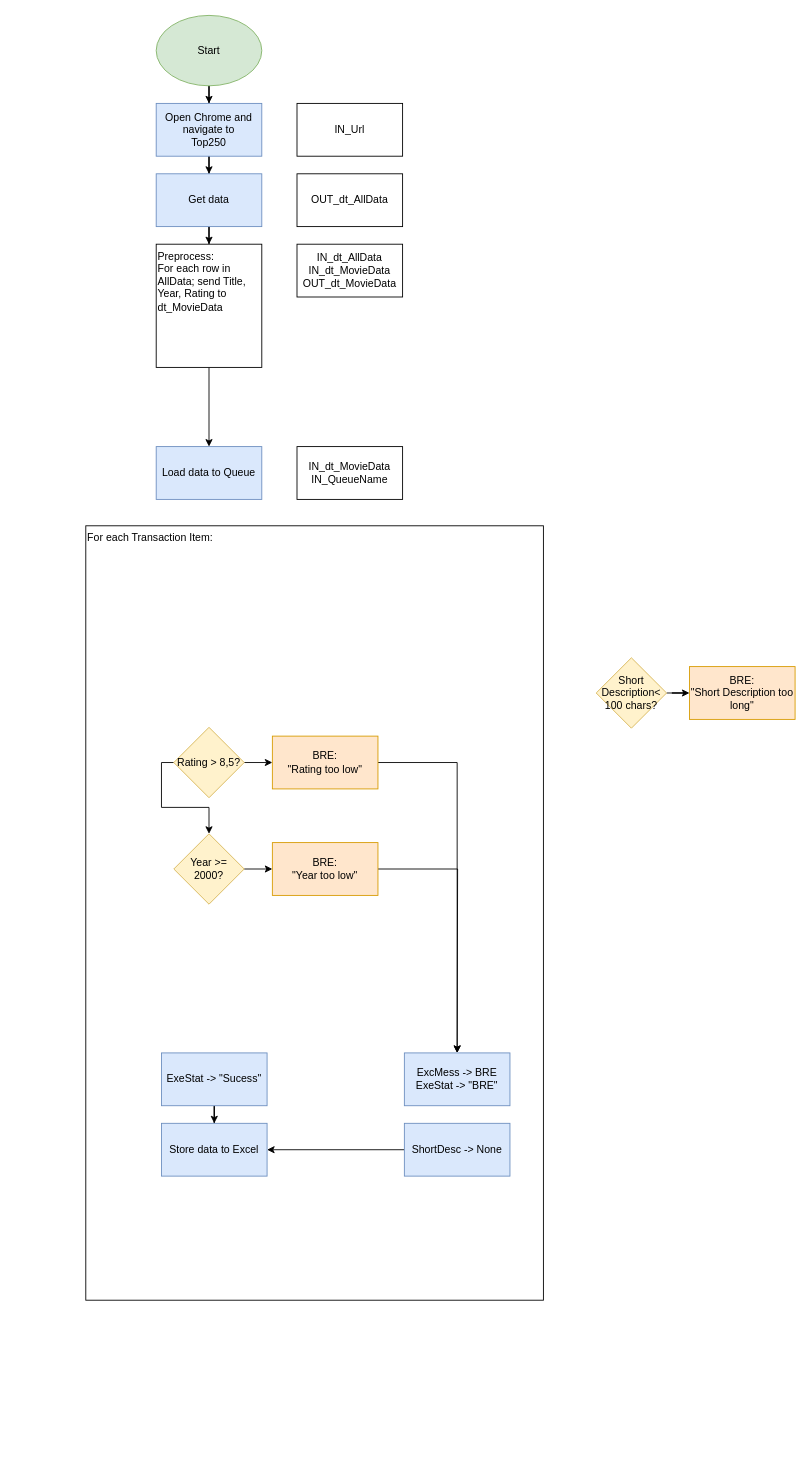
The draw.io diagram RPA2_MovieFinder.drawio in Sighok/hello-world, before the edit. Source tidied: cells renumbered, new cells numbered last; positions are measured from the earlier drawing's top-left corner, leaving out a move shared by most shapes. Both pictures are drawn from the tidied source at 88%, with x=0, y=0 at pixel (85, 15).
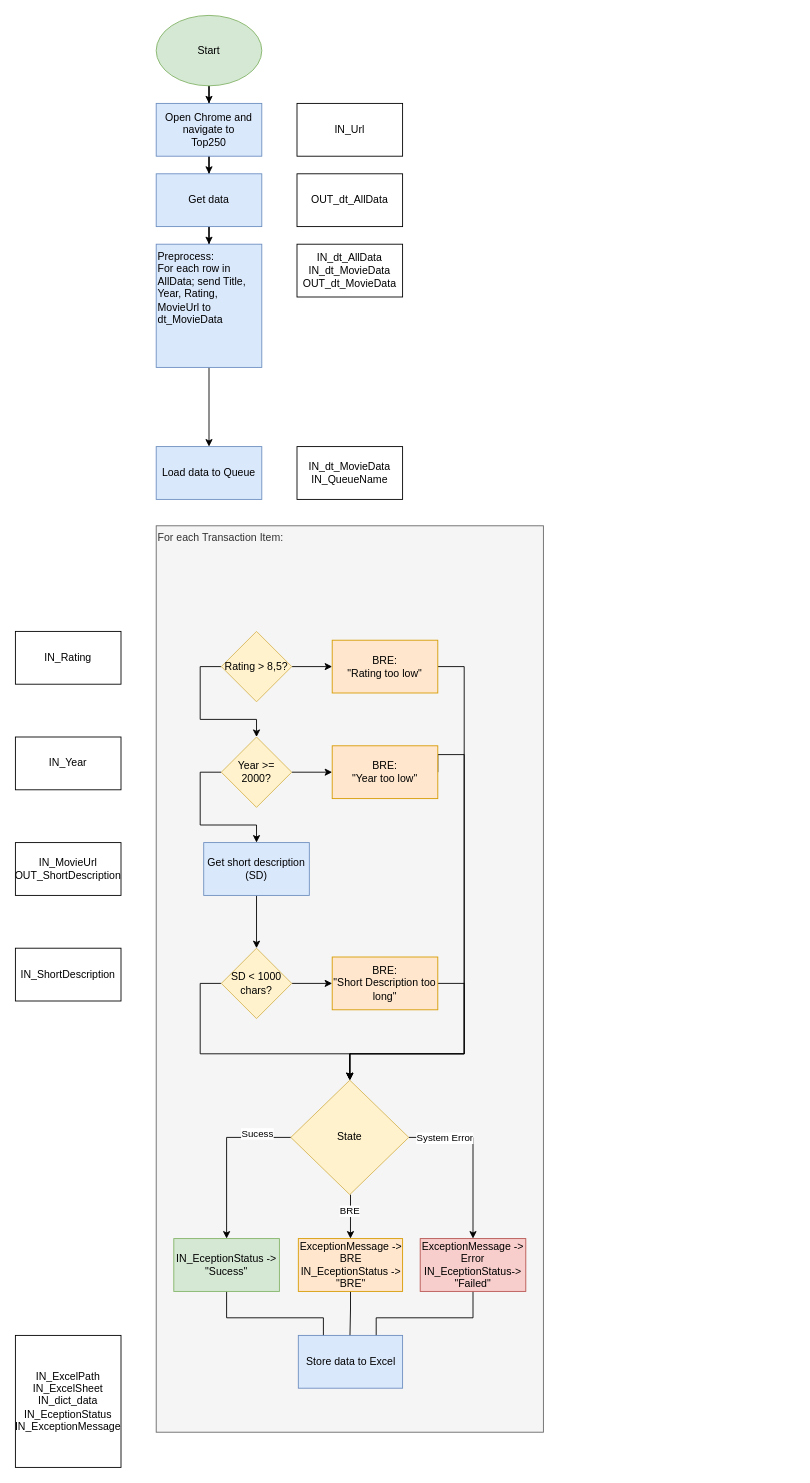
The same diagram, later.

What changed in the source:
```diff
@@
-    <mxCell id="9" value="For each Transaction Item:" style="rounded=0;whiteSpace=wrap;html=1;verticalAlign=top;align=left;" parent="1" vertex="1">
-      <mxGeometry y="580" width="520" height="880" as="geometry" />
+    <mxCell id="9" value="For each Transaction Item:" style="rounded=0;whiteSpace=wrap;html=1;verticalAlign=top;align=left;fillColor=#f5f5f5;strokeColor=#666666;fontColor=#333333;" parent="1" vertex="1">
+      <mxGeometry x="80" y="580" width="440" height="1030" as="geometry" />
     </mxCell>
     <mxCell id="10" style="edgeStyle=orthogonalEdgeStyle;rounded=0;jettySize=auto;html=1;entryX=0.5;entryY=0;entryDx=0;entryDy=0;exitX=0;exitY=0.5;exitDx=0;exitDy=0;" parent="1" edge="1" source="12" target="14">
       <mxGeometry relative="1" as="geometry">
         <Array as="points">
-          <mxPoint x="86" y="849" />
-          <mxPoint x="86" y="900" />
-          <mxPoint x="140" y="900" />
+          <mxPoint x="130" y="740" />
+          <mxPoint x="130" y="800" />
+          <mxPoint x="194" y="800" />
         </Array>
       </mxGeometry>
     </mxCell>
@@
     <mxCell id="12" value="Rating &amp;gt; 8,5?" style="rhombus;whiteSpace=wrap;html=1;fillColor=#fff2cc;strokeColor=#d6b656;" parent="1" vertex="1">
-      <mxGeometry x="100" y="809" width="80" height="80" as="geometry" />
+      <mxGeometry x="154" y="700" width="80" height="80" as="geometry" />
     </mxCell>
@@
+    <mxCell id="34" style="edgeStyle=orthogonalEdgeStyle;rounded=0;jettySize=auto;html=1;entryX=0.5;entryY=0;entryDx=0;entryDy=0;exitX=0;exitY=0.5;exitDx=0;exitDy=0;" parent="1" edge="1" source="14" target="51">
+      <mxGeometry relative="1" as="geometry">
+        <Array as="points">
+          <mxPoint x="130" y="860" />
+          <mxPoint x="130" y="920" />
+          <mxPoint x="194" y="920" />
+        </Array>
+      </mxGeometry>
+    </mxCell>
     <mxCell id="14" value="Year &amp;gt;= 2000?" style="rhombus;whiteSpace=wrap;html=1;fillColor=#fff2cc;strokeColor=#d6b656;" parent="1" vertex="1">
-      <mxGeometry x="100" y="930" width="80" height="80" as="geometry" />
+      <mxGeometry x="154" y="820" width="80" height="80" as="geometry" />
     </mxCell>
-    <mxCell id="15" style="edgeStyle=orthogonalEdgeStyle;rounded=0;jettySize=auto;html=1;" parent="1" edge="1" source="16" target="21">
-      <mxGeometry relative="1" as="geometry" />
-    </mxCell>
-    <mxCell id="16" value="Short Description&amp;lt; 100 chars?" style="rhombus;whiteSpace=wrap;html=1;fillColor=#fff2cc;strokeColor=#d6b656;" parent="1" vertex="1">
-      <mxGeometry x="580" y="730" width="80" height="80" as="geometry" />
-    </mxCell>
-    <mxCell id="17" style="edgeStyle=orthogonalEdgeStyle;rounded=0;jettySize=auto;html=1;exitX=1;exitY=0.5;exitDx=0;exitDy=0;" parent="1" edge="1" source="18" target="22">
-      <mxGeometry relative="1" as="geometry" />
+    <mxCell id="17" style="edgeStyle=orthogonalEdgeStyle;rounded=0;jettySize=auto;html=1;exitX=1;exitY=0.5;exitDx=0;exitDy=0;entryX=0.5;entryY=0;entryDx=0;entryDy=0;" parent="1" edge="1" source="18" target="43">
+      <mxGeometry relative="1" as="geometry">
+        <Array as="points">
+          <mxPoint x="430" y="740" />
+          <mxPoint x="430" y="1180" />
+          <mxPoint x="300" y="1180" />
+        </Array>
+      </mxGeometry>
     </mxCell>
     <mxCell id="18" value="BRE:&lt;br&gt;&quot;Rating too low&quot;" style="rounded=0;whiteSpace=wrap;html=1;fillColor=#ffe6cc;strokeColor=#d79b00;" parent="1" vertex="1">
-      <mxGeometry x="212" y="819" width="120" height="60" as="geometry" />
+      <mxGeometry x="280" y="710" width="120" height="60" as="geometry" />
     </mxCell>
-    <mxCell id="19" style="edgeStyle=orthogonalEdgeStyle;rounded=0;jettySize=auto;html=1;exitX=1;exitY=0.5;exitDx=0;exitDy=0;" parent="1" edge="1" source="20">
-      <mxGeometry relative="1" as="geometry">
-        <mxPoint x="422" y="1179" as="targetPoint" />
-      </mxGeometry>
-    </mxCell>
+    <mxCell id="35" style="edgeStyle=orthogonalEdgeStyle;rounded=0;jettySize=auto;html=1;exitX=1;exitY=0.5;exitDx=0;exitDy=0;entryX=0.5;entryY=0;entryDx=0;entryDy=0;" parent="1" edge="1" source="20" target="43">
+      <mxGeometry relative="1" as="geometry">
+        <Array as="points">
+          <mxPoint x="400" y="840" />
+          <mxPoint x="430" y="840" />
+          <mxPoint x="430" y="1180" />
+          <mxPoint x="300" y="1180" />
+        </Array>
+      </mxGeometry>
+    </mxCell>
     <mxCell id="20" value="BRE:&lt;br&gt;&quot;Year too low&quot;" style="rounded=0;whiteSpace=wrap;html=1;fillColor=#ffe6cc;strokeColor=#d79b00;" parent="1" vertex="1">
-      <mxGeometry x="212" y="940" width="120" height="60" as="geometry" />
+      <mxGeometry x="280" y="830" width="120" height="60" as="geometry" />
     </mxCell>
+    <mxCell id="36" style="edgeStyle=orthogonalEdgeStyle;rounded=0;jettySize=auto;html=1;entryX=0.5;entryY=0;entryDx=0;entryDy=0;exitX=1;exitY=0.5;exitDx=0;exitDy=0;" parent="1" edge="1" source="21" target="43">
+      <mxGeometry relative="1" as="geometry">
+        <Array as="points">
+          <mxPoint x="430" y="1100" />
+          <mxPoint x="430" y="1180" />
+          <mxPoint x="300" y="1180" />
+        </Array>
+      </mxGeometry>
+    </mxCell>
     <mxCell id="21" value="BRE:&lt;br&gt;&quot;Short Description too long&quot;" style="rounded=0;whiteSpace=wrap;html=1;fillColor=#ffe6cc;strokeColor=#d79b00;" parent="1" vertex="1">
-      <mxGeometry x="686" y="740" width="120" height="60" as="geometry" />
+      <mxGeometry x="280" y="1070" width="120" height="60" as="geometry" />
     </mxCell>
-    <mxCell id="22" value="ExcMess -&amp;gt; BRE&lt;br&gt;ExeStat -&amp;gt; &quot;BRE&quot;" style="rounded=0;whiteSpace=wrap;html=1;fillColor=#dae8fc;strokeColor=#6c8ebf;" parent="1" vertex="1">
-      <mxGeometry x="362" y="1179" width="120" height="60" as="geometry" />
-    </mxCell>
-    <mxCell id="23" style="edgeStyle=orthogonalEdgeStyle;rounded=0;jettySize=auto;html=1;" parent="1" edge="1" source="24" target="25">
-      <mxGeometry relative="1" as="geometry" />
-    </mxCell>
-    <mxCell id="24" value="ExeStat -&amp;gt; &quot;Sucess&quot;" style="rounded=0;whiteSpace=wrap;html=1;fillColor=#dae8fc;strokeColor=#6c8ebf;" parent="1" vertex="1">
-      <mxGeometry x="86" y="1179" width="120" height="60" as="geometry" />
-    </mxCell>
-    <mxCell id="25" value="Store data to Excel" style="rounded=0;whiteSpace=wrap;html=1;fillColor=#dae8fc;strokeColor=#6c8ebf;" parent="1" vertex="1">
-      <mxGeometry x="86" y="1259" width="120" height="60" as="geometry" />
-    </mxCell>
-    <mxCell id="26" style="edgeStyle=orthogonalEdgeStyle;rounded=0;jettySize=auto;html=1;" parent="1" edge="1" source="27" target="25">
-      <mxGeometry relative="1" as="geometry" />
-    </mxCell>
-    <mxCell id="27" value="ShortDesc -&amp;gt; None" style="rounded=0;whiteSpace=wrap;html=1;fillColor=#dae8fc;strokeColor=#6c8ebf;" parent="1" vertex="1">
-      <mxGeometry x="362" y="1259" width="120" height="60" as="geometry" />
-    </mxCell>
@@
-    <mxCell id="29" value="Preprocess:&lt;br&gt;For each row in AllData; send Title, Year, Rating to dt_MovieData" style="rounded=0;whiteSpace=wrap;html=1;fontStyle=0;align=left;verticalAlign=top;" parent="1" vertex="1">
+    <mxCell id="29" value="Preprocess:&lt;br&gt;For each row in AllData; send Title, Year, Rating, MovieUrl to dt_MovieData" style="rounded=0;whiteSpace=wrap;html=1;fontStyle=0;align=left;verticalAlign=top;fillColor=#dae8fc;strokeColor=#6c8ebf;" parent="1" vertex="1">
       <mxGeometry x="80" y="260" width="120" height="140" as="geometry" />
     </mxCell>
@@
+    <mxCell id="37" style="edgeStyle=orthogonalEdgeStyle;rounded=0;jettySize=auto;html=1;" parent="1" edge="1" source="43" target="49">
+      <mxGeometry relative="1" as="geometry" />
+    </mxCell>
+    <mxCell id="38" value="Sucess" style="edgeLabel;html=1;align=center;verticalAlign=middle;" parent="37" vertex="1">
+      <mxGeometry x="-0.12" relative="1" as="geometry">
+        <mxPoint x="34" y="-15" as="offset" />
+      </mxGeometry>
+    </mxCell>
+    <mxCell id="39" style="edgeStyle=orthogonalEdgeStyle;rounded=0;jettySize=auto;html=1;exitX=1;exitY=0.5;exitDx=0;exitDy=0;" parent="1" edge="1" source="43" target="47">
+      <mxGeometry relative="1" as="geometry" />
+    </mxCell>
+    <mxCell id="40" value="System Error" style="edgeLabel;html=1;align=center;verticalAlign=middle;" parent="39" vertex="1">
+      <mxGeometry x="-0.29" y="2" relative="1" as="geometry">
+        <mxPoint x="-27" y="2" as="offset" />
+      </mxGeometry>
+    </mxCell>
+    <mxCell id="41" style="edgeStyle=orthogonalEdgeStyle;rounded=0;jettySize=auto;html=1;exitX=0.5;exitY=1;exitDx=0;exitDy=0;entryX=0.5;entryY=0;entryDx=0;entryDy=0;" parent="1" edge="1" source="43" target="45">
+      <mxGeometry relative="1" as="geometry">
+        <Array as="points">
+          <mxPoint x="300" y="1390" />
+        </Array>
+      </mxGeometry>
+    </mxCell>
+    <mxCell id="42" value="BRE" style="edgeLabel;html=1;align=center;verticalAlign=middle;" parent="41" vertex="1">
+      <mxGeometry x="-0.26" y="-1" relative="1" as="geometry" />
+    </mxCell>
+    <mxCell id="43" value="State" style="rhombus;whiteSpace=wrap;html=1;fillColor=#fff2cc;strokeColor=#d6b656;" parent="1" vertex="1">
+      <mxGeometry x="233" y="1210" width="134" height="130" as="geometry" />
+    </mxCell>
+    <mxCell id="44" style="edgeStyle=orthogonalEdgeStyle;rounded=0;jettySize=auto;html=1;" parent="1" edge="1" source="45">
+      <mxGeometry relative="1" as="geometry">
+        <mxPoint x="300" y="1510" as="targetPoint" />
+        <Array as="points">
+          <mxPoint x="300" y="1470" />
+          <mxPoint x="300" y="1470" />
+        </Array>
+      </mxGeometry>
+    </mxCell>
+    <mxCell id="45" value="ExceptionMessage&amp;nbsp;-&amp;gt; BRE&lt;br style=&quot;border-color: var(--border-color);&quot;&gt;IN_EceptionStatus&amp;nbsp;-&amp;gt; &quot;BRE&quot;" style="rounded=0;whiteSpace=wrap;html=1;fillColor=#ffe6cc;strokeColor=#d79b00;" parent="1" vertex="1">
+      <mxGeometry x="241.5" y="1390" width="118.5" height="60" as="geometry" />
+    </mxCell>
+    <mxCell id="46" style="edgeStyle=orthogonalEdgeStyle;rounded=0;jettySize=auto;html=1;" parent="1" edge="1" source="47">
+      <mxGeometry relative="1" as="geometry">
+        <mxPoint x="330" y="1510" as="targetPoint" />
+        <Array as="points">
+          <mxPoint x="440" y="1480" />
+          <mxPoint x="330" y="1480" />
+        </Array>
+      </mxGeometry>
+    </mxCell>
+    <mxCell id="47" value="ExceptionMessage&amp;nbsp;-&amp;gt; Error&lt;br style=&quot;border-color: var(--border-color);&quot;&gt;IN_EceptionStatus-&amp;gt; &quot;Failed&quot;" style="rounded=0;whiteSpace=wrap;html=1;fillColor=#f8cecc;strokeColor=#b85450;" parent="1" vertex="1">
+      <mxGeometry x="380" y="1390" width="120" height="60" as="geometry" />
+    </mxCell>
+    <mxCell id="48" style="edgeStyle=orthogonalEdgeStyle;rounded=0;jettySize=auto;html=1;" parent="1" edge="1" source="49">
+      <mxGeometry relative="1" as="geometry">
+        <mxPoint x="270" y="1510" as="targetPoint" />
+        <Array as="points">
+          <mxPoint x="160" y="1480" />
+          <mxPoint x="270" y="1480" />
+        </Array>
+      </mxGeometry>
+    </mxCell>
+    <mxCell id="49" value="IN_EceptionStatus -&amp;gt; &quot;Sucess&quot;" style="rounded=0;whiteSpace=wrap;html=1;fillColor=#d5e8d4;strokeColor=#82b366;" parent="1" vertex="1">
+      <mxGeometry x="100" y="1390" width="120" height="60" as="geometry" />
+    </mxCell>
+    <mxCell id="25" value="Store data to Excel" style="rounded=0;whiteSpace=wrap;html=1;fillColor=#dae8fc;strokeColor=#6c8ebf;" parent="1" vertex="1">
+      <mxGeometry x="241.5" y="1500" width="118.5" height="60" as="geometry" />
+    </mxCell>
+    <mxCell id="50" style="edgeStyle=orthogonalEdgeStyle;rounded=0;jettySize=auto;html=1;" parent="1" edge="1" source="51" target="55">
+      <mxGeometry relative="1" as="geometry" />
+    </mxCell>
+    <mxCell id="51" value="Get short description (SD)" style="rounded=0;whiteSpace=wrap;html=1;fillColor=#dae8fc;strokeColor=#6c8ebf;" parent="1" vertex="1">
+      <mxGeometry x="134" y="940" width="120" height="60" as="geometry" />
+    </mxCell>
+    <mxCell id="52" value="IN_MovieUrl&lt;br&gt;OUT_ShortDescription" style="rounded=0;whiteSpace=wrap;html=1;" parent="1" vertex="1">
+      <mxGeometry x="-80" y="940" width="120" height="60" as="geometry" />
+    </mxCell>
+    <mxCell id="53" style="edgeStyle=orthogonalEdgeStyle;rounded=0;jettySize=auto;html=1;" parent="1" edge="1" source="55" target="21">
+      <mxGeometry relative="1" as="geometry" />
+    </mxCell>
+    <mxCell id="54" style="edgeStyle=orthogonalEdgeStyle;rounded=0;jettySize=auto;html=1;entryX=0.5;entryY=0;entryDx=0;entryDy=0;exitX=0;exitY=0.5;exitDx=0;exitDy=0;" parent="1" edge="1" source="55" target="43">
+      <mxGeometry relative="1" as="geometry">
+        <Array as="points">
+          <mxPoint x="130" y="1100" />
+          <mxPoint x="130" y="1180" />
+          <mxPoint x="300" y="1180" />
+        </Array>
+      </mxGeometry>
+    </mxCell>
+    <mxCell id="55" value="SD &amp;lt; 1000 chars?" style="rhombus;whiteSpace=wrap;html=1;fillColor=#fff2cc;strokeColor=#d6b656;" parent="1" vertex="1">
+      <mxGeometry x="154" y="1060" width="80" height="80" as="geometry" />
+    </mxCell>
+    <mxCell id="56" value="IN_ShortDescription" style="rounded=0;whiteSpace=wrap;html=1;" parent="1" vertex="1">
+      <mxGeometry x="-80" y="1060" width="120" height="60" as="geometry" />
+    </mxCell>
+    <mxCell id="57" value="IN_Year" style="rounded=0;whiteSpace=wrap;html=1;" parent="1" vertex="1">
+      <mxGeometry x="-80" y="820" width="120" height="60" as="geometry" />
+    </mxCell>
+    <mxCell id="58" value="IN_Rating" style="rounded=0;whiteSpace=wrap;html=1;" parent="1" vertex="1">
+      <mxGeometry x="-80" y="700" width="120" height="60" as="geometry" />
+    </mxCell>
+    <mxCell id="59" value="IN_ExcelPath&lt;br&gt;IN_ExcelSheet&lt;br&gt;IN_dict_data&lt;br&gt;IN_EceptionStatus&lt;br&gt;IN_ExceptionMessage" style="rounded=0;whiteSpace=wrap;html=1;" parent="1" vertex="1">
+      <mxGeometry x="-80" y="1500" width="120" height="150" as="geometry" />
+    </mxCell>
```
